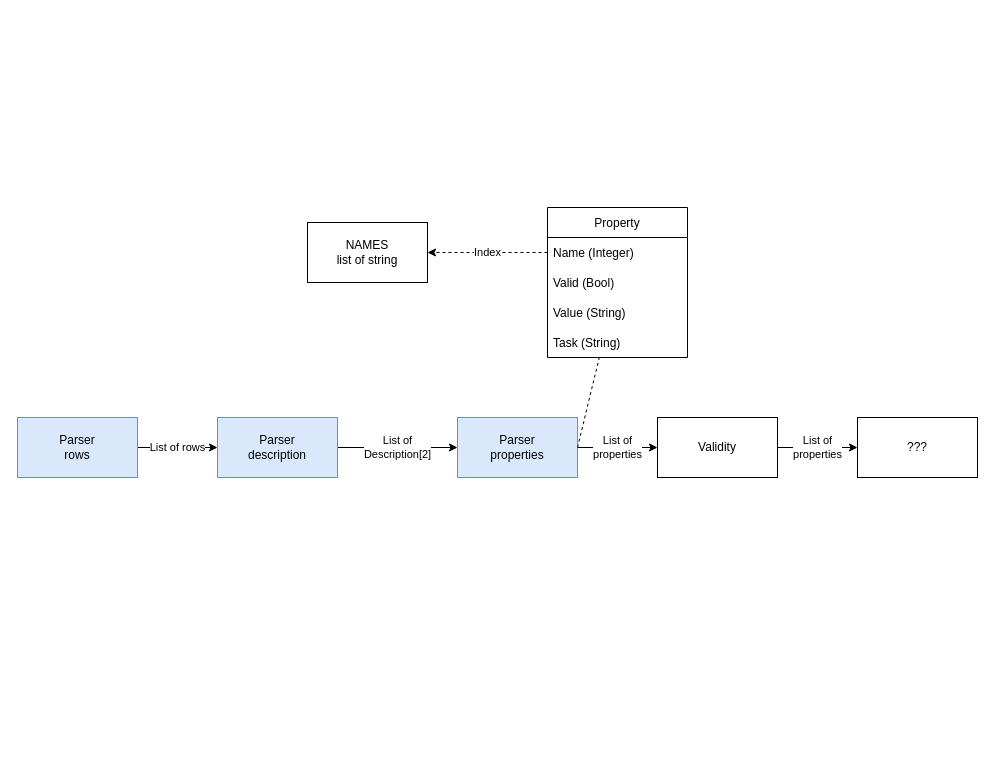
Earlier version of the draw.io diagram CreateAlarms.drawio (br-automation-community-oss/create-alarms). Source tidied: cells renumbered, new cells numbered last; positions are measured from the earlier drawing's top-left corner, leaving out a move shared by most shapes. Both pictures are drawn from the tidied source at 100%, with x=0, y=0 at pixel (17, 207).
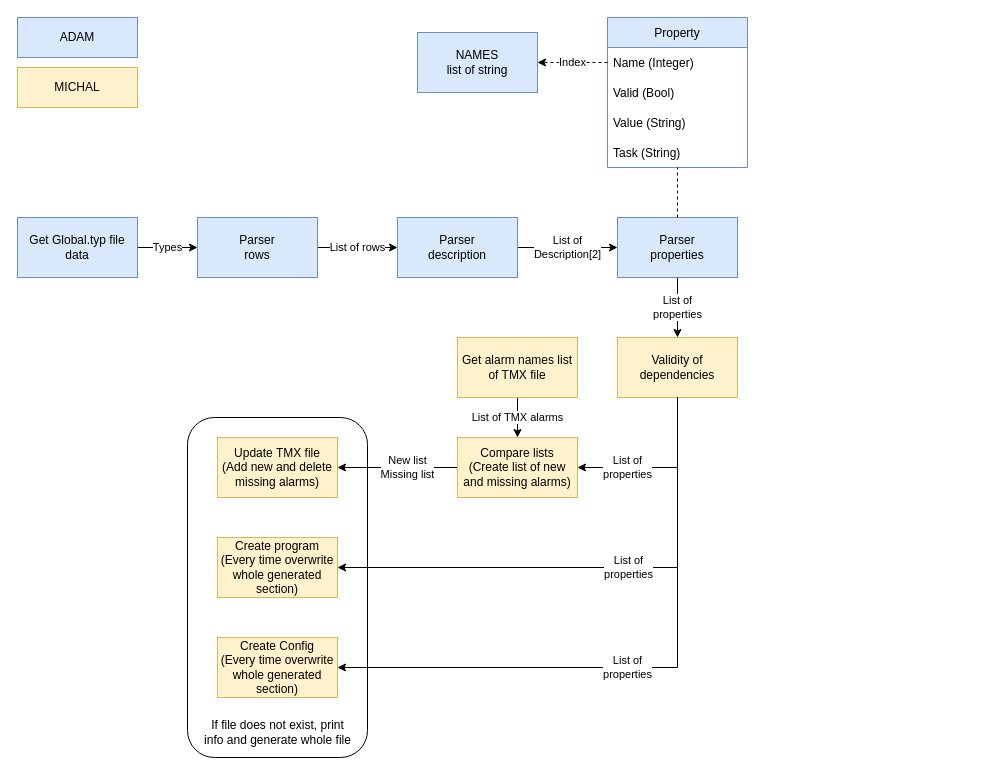
The same page after the edit.

Commit message (it also covers changes not shown here):
- Flowchart update - Start of Get alarm names list implementation

Diff of the diagram source:
```diff
@@
+    <mxCell id="19" style="rounded=1;whiteSpace=wrap;html=1;labelBackgroundColor=none;" parent="1" vertex="1">
+      <mxGeometry x="170" y="210" width="180" height="340" as="geometry" />
+    </mxCell>
-    <mxCell id="2" value="Property" style="swimlane;fontStyle=0;horizontal=1;startSize=30;" parent="1" vertex="1">
-      <mxGeometry x="530" width="140" height="150" as="geometry" />
+    <mxCell id="2" value="Property" style="swimlane;fontStyle=0;horizontal=1;startSize=30;fillColor=#dae8fc;strokeColor=#6c8ebf;" parent="1" vertex="1">
+      <mxGeometry x="590" y="-190" width="140" height="150" as="geometry" />
     </mxCell>
@@
     <mxCell id="8" value="Parser&lt;br&gt;description" style="rounded=0;whiteSpace=wrap;html=1;fillColor=#dae8fc;strokeColor=#6c8ebf;" parent="1" vertex="1">
-      <mxGeometry x="200" y="210" width="120" height="60" as="geometry" />
+      <mxGeometry x="380" y="10" width="120" height="60" as="geometry" />
     </mxCell>
@@
     <mxCell id="10" value="Parser&lt;br&gt;rows" style="rounded=0;whiteSpace=wrap;html=1;fillColor=#dae8fc;strokeColor=#6c8ebf;" parent="1" vertex="1">
-      <mxGeometry y="210" width="120" height="60" as="geometry" />
+      <mxGeometry x="180" y="10" width="120" height="60" as="geometry" />
     </mxCell>
-    <mxCell id="11" value="List of&lt;br&gt;properties" style="edgeStyle=orthogonalEdgeStyle;rounded=0;jettySize=auto;html=1;exitX=1;exitY=0.5;exitDx=0;exitDy=0;" parent="1" edge="1" source="12" target="15">
+    <mxCell id="11" value="List of&lt;br&gt;properties" style="edgeStyle=orthogonalEdgeStyle;rounded=0;jettySize=auto;html=1;exitX=0.5;exitY=1;exitDx=0;exitDy=0;" parent="1" edge="1" source="12" target="15">
       <mxGeometry relative="1" as="geometry" />
     </mxCell>
     <mxCell id="12" value="Parser&lt;br&gt;properties" style="rounded=0;whiteSpace=wrap;html=1;fillColor=#dae8fc;strokeColor=#6c8ebf;" parent="1" vertex="1">
-      <mxGeometry x="440" y="210" width="120" height="60" as="geometry" />
+      <mxGeometry x="600" y="10" width="120" height="60" as="geometry" />
     </mxCell>
-    <mxCell id="13" style="endArrow=none;dashed=1;html=1;rounded=0;exitX=1;exitY=0.5;exitDx=0;exitDy=0;" parent="1" edge="1" source="12" target="2">
+    <mxCell id="13" style="endArrow=none;dashed=1;html=1;rounded=0;exitX=0.5;exitY=0;exitDx=0;exitDy=0;" parent="1" edge="1" source="12" target="2">
       <mxGeometry relative="1" as="geometry" />
     </mxCell>
-    <mxCell id="14" value="List of&lt;br&gt;properties" style="edgeStyle=orthogonalEdgeStyle;rounded=0;jettySize=auto;html=1;" parent="1" edge="1" source="15" target="16">
-      <mxGeometry relative="1" as="geometry" />
-    </mxCell>
+    <mxCell id="20" value="List of&lt;br&gt;properties" style="edgeStyle=orthogonalEdgeStyle;rounded=0;jettySize=auto;html=1;entryX=1;entryY=0.5;entryDx=0;entryDy=0;" parent="1" edge="1" source="15" target="21">
+      <mxGeometry x="-0.14" relative="1" as="geometry">
+        <Array as="points">
+          <mxPoint x="660" y="360" />
+        </Array>
+      </mxGeometry>
+    </mxCell>
-    <mxCell id="15" value="Validity" style="rounded=0;whiteSpace=wrap;html=1;" parent="1" vertex="1">
-      <mxGeometry x="640" y="210" width="120" height="60" as="geometry" />
+    <mxCell id="15" value="Validity&amp;nbsp;of dependencies" style="rounded=0;whiteSpace=wrap;html=1;fillColor=#fff2cc;strokeColor=#d6b656;" parent="1" vertex="1">
+      <mxGeometry x="600" y="130" width="120" height="60" as="geometry" />
     </mxCell>
-    <mxCell id="16" value="???" style="rounded=0;whiteSpace=wrap;html=1;" parent="1" vertex="1">
-      <mxGeometry x="840" y="210" width="120" height="60" as="geometry" />
-    </mxCell>
-    <mxCell id="17" value="NAMES&lt;br&gt;list of string" style="rounded=0;whiteSpace=wrap;html=1;" parent="1" vertex="1">
-      <mxGeometry x="290" y="15" width="120" height="60" as="geometry" />
+    <mxCell id="17" value="NAMES&lt;br&gt;list of string" style="rounded=0;whiteSpace=wrap;html=1;fillColor=#dae8fc;strokeColor=#6c8ebf;" parent="1" vertex="1">
+      <mxGeometry x="400" y="-175" width="120" height="60" as="geometry" />
     </mxCell>
@@
+    <mxCell id="21" value="Create program&lt;br&gt;(Every time overwrite whole generated section)" style="whiteSpace=wrap;html=1;rounded=0;fillColor=#fff2cc;strokeColor=#d6b656;" parent="1" vertex="1">
+      <mxGeometry x="200" y="330" width="120" height="60" as="geometry" />
+    </mxCell>
+    <mxCell id="22" value="Create Config&lt;br&gt;(Every time overwrite whole generated section)" style="whiteSpace=wrap;html=1;rounded=0;fillColor=#fff2cc;strokeColor=#d6b656;" parent="1" vertex="1">
+      <mxGeometry x="200" y="430" width="120" height="60" as="geometry" />
+    </mxCell>
+    <mxCell id="23" value="Types" style="edgeStyle=orthogonalEdgeStyle;rounded=0;jettySize=auto;html=1;entryX=0;entryY=0.5;entryDx=0;entryDy=0;" parent="1" edge="1" source="24" target="10">
+      <mxGeometry relative="1" as="geometry" />
+    </mxCell>
+    <mxCell id="24" value="Get Global.typ file data" style="rounded=0;whiteSpace=wrap;html=1;fillColor=#dae8fc;strokeColor=#6c8ebf;" parent="1" vertex="1">
+      <mxGeometry y="10" width="120" height="60" as="geometry" />
+    </mxCell>
+    <mxCell id="25" value="List of&lt;br&gt;properties" style="edgeStyle=orthogonalEdgeStyle;rounded=0;jettySize=auto;html=1;entryX=1;entryY=0.5;entryDx=0;entryDy=0;exitX=0.5;exitY=1;exitDx=0;exitDy=0;" parent="1" edge="1" source="15" target="22">
+      <mxGeometry x="0.05" relative="1" as="geometry">
+        <Array as="points">
+          <mxPoint x="660" y="460" />
+        </Array>
+      </mxGeometry>
+    </mxCell>
+    <mxCell id="26" value="ADAM" style="rounded=0;whiteSpace=wrap;html=1;fillColor=#dae8fc;strokeColor=#6c8ebf;" parent="1" vertex="1">
+      <mxGeometry y="-190" width="120" height="40" as="geometry" />
+    </mxCell>
+    <mxCell id="27" value="MICHAL" style="rounded=0;whiteSpace=wrap;html=1;fillColor=#fff2cc;strokeColor=#d6b656;" parent="1" vertex="1">
+      <mxGeometry y="-140" width="120" height="40" as="geometry" />
+    </mxCell>
+    <mxCell id="28" value="New list&lt;br&gt;Missing list" style="edgeStyle=orthogonalEdgeStyle;rounded=0;jettySize=auto;html=1;" parent="1" edge="1" source="29" target="16">
+      <mxGeometry x="-0.17" relative="1" as="geometry" />
+    </mxCell>
+    <mxCell id="29" value="Compare lists&lt;br&gt;(Create list of new and missing alarms)" style="rounded=0;whiteSpace=wrap;html=1;fillColor=#fff2cc;strokeColor=#d6b656;" parent="1" vertex="1">
+      <mxGeometry x="440" y="230" width="120" height="60" as="geometry" />
+    </mxCell>
+    <mxCell id="30" value="List of TMX alarms" style="edgeStyle=orthogonalEdgeStyle;rounded=0;jettySize=auto;html=1;" parent="1" edge="1" source="31" target="29">
+      <mxGeometry relative="1" as="geometry" />
+    </mxCell>
+    <mxCell id="31" value="Get alarm names list of TMX file" style="rounded=0;whiteSpace=wrap;html=1;fillColor=#fff2cc;strokeColor=#d6b656;" parent="1" vertex="1">
+      <mxGeometry x="440" y="130" width="120" height="60" as="geometry" />
+    </mxCell>
+    <mxCell id="32" value="List of&lt;br&gt;properties" style="edgeStyle=orthogonalEdgeStyle;rounded=0;jettySize=auto;html=1;entryX=1;entryY=0.5;entryDx=0;entryDy=0;exitX=0.5;exitY=1;exitDx=0;exitDy=0;" parent="1" edge="1" source="15" target="29">
+      <mxGeometry x="0.41" relative="1" as="geometry">
+        <Array as="points">
+          <mxPoint x="660" y="260" />
+        </Array>
+      </mxGeometry>
+    </mxCell>
+    <mxCell id="33" value="If file does not exist, print&lt;br&gt;info and generate whole file" style="text;html=1;align=center;verticalAlign=middle;strokeColor=none;fillColor=none;" parent="1" vertex="1">
+      <mxGeometry x="180" y="510" width="160" height="30" as="geometry" />
+    </mxCell>
+    <mxCell id="16" value="Update TMX file&lt;br&gt;(Add new and delete missing alarms)" style="rounded=0;whiteSpace=wrap;html=1;fillColor=#fff2cc;strokeColor=#d6b656;" parent="1" vertex="1">
+      <mxGeometry x="200" y="230" width="120" height="60" as="geometry" />
+    </mxCell>
```
